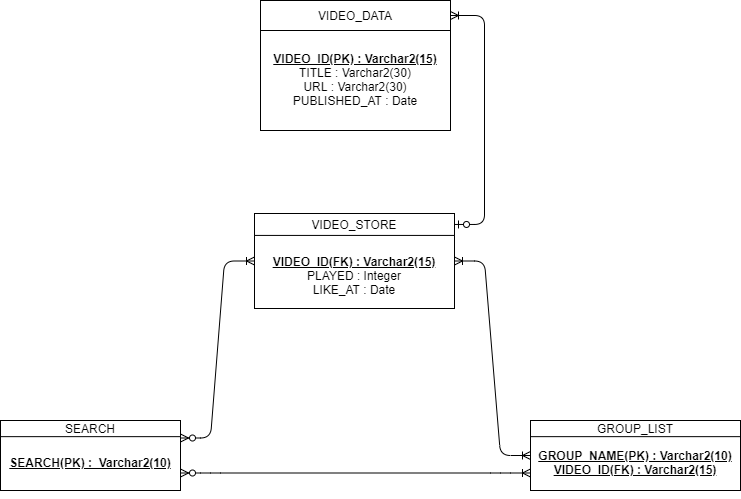
This is ER.png from korkeep/MyTube, a draw.io export, as it was before one commit. Source tidied: cells renumbered, new cells last; positions are measured from the earlier drawing's top-left corner, leaving out a move shared by most shapes.
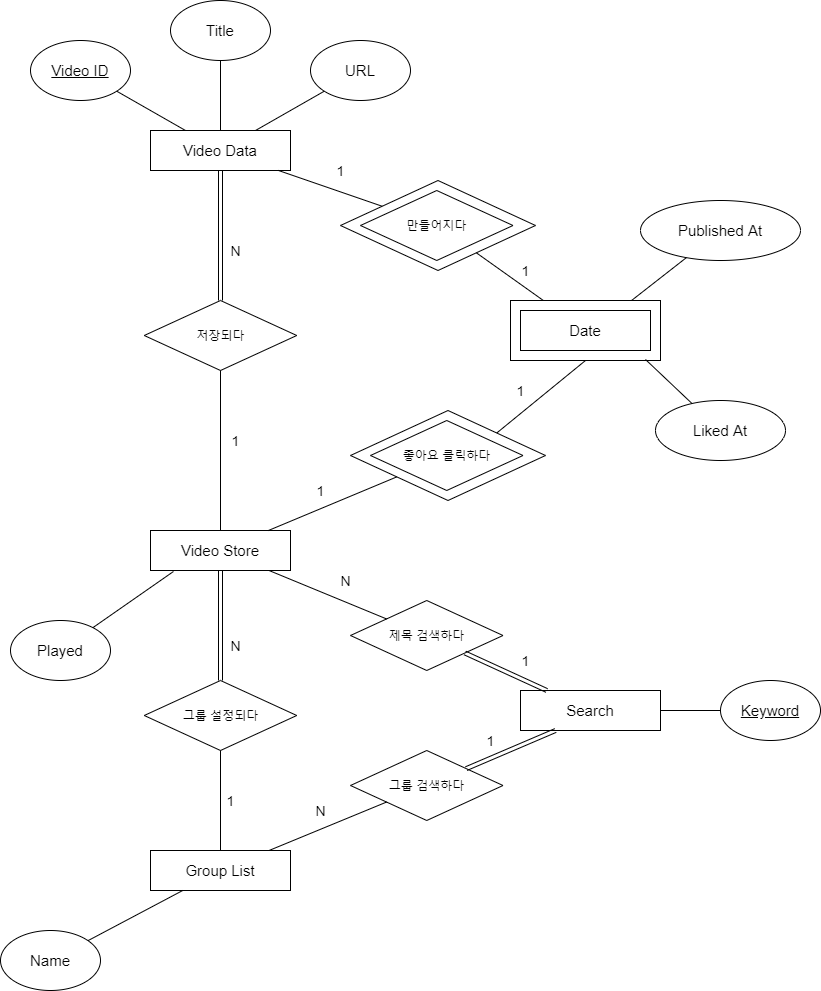
The same file after the commit.

Diff of the diagram source:
```diff
@@ -1,78 +1,168 @@
 <mxGraphModel>
   <root>
-    <mxCell id="0" />
-    <mxCell id="1" parent="0" />
-    <mxCell id="2" style="group;" parent="1" vertex="1">
-      <mxGeometry x="260" width="190" height="130" as="geometry" />
-    </mxCell>
-    <mxCell id="3" value="&lt;br&gt;&lt;br&gt;&lt;u&gt;&lt;b&gt;VIDEO_ID(PK) : Varchar2(15)&lt;/b&gt;&lt;br&gt;&lt;/u&gt;TITLE : Varchar2(30)&lt;br&gt;URL : Varchar2(30)&lt;br&gt;PUBLISHED_AT : Date" style="rounded=0;whiteSpace=wrap;html=1;" parent="2" vertex="1">
-      <mxGeometry width="190" height="130" as="geometry" />
-    </mxCell>
-    <mxCell id="4" style="edgeStyle=orthogonalEdgeStyle;rounded=0;orthogonalLoop=1;jettySize=auto;html=1;exitX=0.5;exitY=1;exitDx=0;exitDy=0;" parent="2" edge="1" source="3" target="3">
-      <mxGeometry relative="1" as="geometry" />
-    </mxCell>
-    <mxCell id="5" value="VIDEO_DATA" style="rounded=0;whiteSpace=wrap;html=1;" parent="2" vertex="1">
-      <mxGeometry width="190" height="30" as="geometry" />
-    </mxCell>
-    <mxCell id="6" style="edgeStyle=orthogonalEdgeStyle;rounded=0;orthogonalLoop=1;jettySize=auto;html=1;exitX=0.5;exitY=1;exitDx=0;exitDy=0;" parent="2" edge="1" source="3" target="3">
-      <mxGeometry relative="1" as="geometry" />
-    </mxCell>
-    <mxCell id="7" style="group;" parent="1" vertex="1">
-      <mxGeometry x="254" y="213" width="200" height="95" as="geometry" />
-    </mxCell>
-    <mxCell id="8" value="&lt;br&gt;&lt;br&gt;&lt;b&gt;&lt;u&gt;VIDEO_ID(FK) : Varchar2(15)&lt;/u&gt;&lt;/b&gt;&lt;br&gt;PLAYED : Integer&lt;br&gt;LIKE_AT : Date" style="rounded=0;whiteSpace=wrap;html=1;" parent="7" vertex="1">
-      <mxGeometry width="200" height="95" as="geometry" />
-    </mxCell>
-    <mxCell id="9" style="edgeStyle=orthogonalEdgeStyle;rounded=0;orthogonalLoop=1;jettySize=auto;html=1;exitX=0.5;exitY=1;exitDx=0;exitDy=0;" parent="7" edge="1" source="8" target="8">
-      <mxGeometry relative="1" as="geometry" />
-    </mxCell>
-    <mxCell id="10" style="edgeStyle=orthogonalEdgeStyle;rounded=0;orthogonalLoop=1;jettySize=auto;html=1;exitX=0.5;exitY=1;exitDx=0;exitDy=0;" parent="7" edge="1" source="8" target="8">
-      <mxGeometry relative="1" as="geometry" />
-    </mxCell>
-    <mxCell id="11" value="VIDEO_STORE" style="rounded=0;whiteSpace=wrap;html=1;" parent="7" vertex="1">
-      <mxGeometry width="200" height="21.9" as="geometry" />
-    </mxCell>
-    <mxCell id="12" style="group;" parent="1" vertex="1">
-      <mxGeometry x="530" y="420" width="210" height="70" as="geometry" />
-    </mxCell>
-    <mxCell id="13" value="&lt;br&gt;&lt;u&gt;&lt;b&gt;GROUP_NAME(PK) : Varchar2(10)&lt;br&gt;&lt;/b&gt;&lt;/u&gt;&lt;u style=&quot;font-weight: bold&quot;&gt;VIDEO_ID(FK) : Varchar2(15)&lt;/u&gt;" style="rounded=0;whiteSpace=wrap;html=1;" parent="12" vertex="1">
-      <mxGeometry width="210" height="70" as="geometry" />
-    </mxCell>
-    <mxCell id="14" style="edgeStyle=orthogonalEdgeStyle;rounded=0;orthogonalLoop=1;jettySize=auto;html=1;exitX=0.5;exitY=1;exitDx=0;exitDy=0;" parent="12" edge="1" source="13" target="13">
-      <mxGeometry relative="1" as="geometry" />
-    </mxCell>
-    <mxCell id="15" value="GROUP_LIST" style="rounded=0;whiteSpace=wrap;html=1;" parent="12" vertex="1">
-      <mxGeometry width="210" height="16.1" as="geometry" />
-    </mxCell>
-    <mxCell id="16" style="edgeStyle=orthogonalEdgeStyle;rounded=0;orthogonalLoop=1;jettySize=auto;html=1;exitX=0.5;exitY=1;exitDx=0;exitDy=0;" parent="12" edge="1" source="13" target="13">
-      <mxGeometry relative="1" as="geometry" />
-    </mxCell>
-    <mxCell id="17" style="group;" parent="1" vertex="1">
-      <mxGeometry y="420" width="180" height="70" as="geometry" />
-    </mxCell>
-    <mxCell id="18" value="&lt;b&gt;&lt;br&gt;&lt;u&gt;SEARCH(PK) :&amp;nbsp; Varchar2(10)&lt;/u&gt;&lt;/b&gt;" style="rounded=0;whiteSpace=wrap;html=1;" parent="17" vertex="1">
-      <mxGeometry width="180" height="70" as="geometry" />
-    </mxCell>
-    <mxCell id="19" style="edgeStyle=orthogonalEdgeStyle;rounded=0;orthogonalLoop=1;jettySize=auto;html=1;exitX=0.5;exitY=1;exitDx=0;exitDy=0;" parent="17" edge="1" source="18" target="18">
-      <mxGeometry relative="1" as="geometry" />
-    </mxCell>
-    <mxCell id="20" value="SEARCH" style="rounded=0;whiteSpace=wrap;html=1;" parent="17" vertex="1">
-      <mxGeometry width="180" height="16.1" as="geometry" />
-    </mxCell>
-    <mxCell id="21" style="edgeStyle=orthogonalEdgeStyle;rounded=0;orthogonalLoop=1;jettySize=auto;html=1;exitX=0.5;exitY=1;exitDx=0;exitDy=0;" parent="17" edge="1" source="18" target="18">
-      <mxGeometry relative="1" as="geometry" />
-    </mxCell>
-    <mxCell id="22" style="edgeStyle=entityRelationEdgeStyle;fontSize=12;html=1;endArrow=ERoneToMany;startArrow=ERzeroToOne;" parent="1" edge="1" source="11" target="5">
-      <mxGeometry relative="1" as="geometry" />
-    </mxCell>
-    <mxCell id="23" style="edgeStyle=entityRelationEdgeStyle;fontSize=12;html=1;endArrow=ERoneToMany;startArrow=ERzeroToMany;exitX=1;exitY=0.25;exitDx=0;exitDy=0;" parent="1" edge="1" source="18" target="8">
-      <mxGeometry relative="1" as="geometry" />
-    </mxCell>
-    <mxCell id="24" style="edgeStyle=entityRelationEdgeStyle;fontSize=12;html=1;endArrow=ERoneToMany;startArrow=ERzeroToMany;exitX=1;exitY=0.75;exitDx=0;exitDy=0;entryX=0;entryY=0.75;entryDx=0;entryDy=0;" parent="1" edge="1" source="18" target="13">
-      <mxGeometry relative="1" as="geometry" />
-    </mxCell>
-    <mxCell id="25" style="edgeStyle=entityRelationEdgeStyle;fontSize=12;html=1;endArrow=ERoneToMany;startArrow=ERoneToMany;" parent="1" edge="1" source="13" target="8">
-      <mxGeometry relative="1" as="geometry" />
-    </mxCell>
+    <mxCell id="26" />
+    <mxCell id="27" parent="26" />
+    <mxCell id="28" value="gㅎ" style="rhombus;whiteSpace=wrap;html=1;" parent="27" vertex="1">
+      <mxGeometry x="370" y="220" width="195" height="90" as="geometry" />
+    </mxCell>
+    <mxCell id="29" value="g" style="rounded=0;whiteSpace=wrap;html=1;" parent="27" vertex="1">
+      <mxGeometry x="540" y="340" width="150" height="60" as="geometry" />
+    </mxCell>
+    <mxCell id="30" value="&lt;font style=&quot;font-size: 15px&quot;&gt;Video Data&lt;/font&gt;" style="rounded=0;whiteSpace=wrap;html=1;" parent="27" vertex="1">
+      <mxGeometry x="180" y="170" width="140" height="40" as="geometry" />
+    </mxCell>
+    <mxCell id="31" value="&lt;u&gt;&lt;font style=&quot;font-size: 15px&quot;&gt;Video ID&lt;/font&gt;&lt;/u&gt;" style="ellipse;whiteSpace=wrap;html=1;" parent="27" vertex="1">
+      <mxGeometry x="60" y="80" width="100" height="60" as="geometry" />
+    </mxCell>
+    <mxCell id="32" value="&lt;span style=&quot;font-size: 15px&quot;&gt;Title&lt;/span&gt;" style="ellipse;whiteSpace=wrap;html=1;" parent="27" vertex="1">
+      <mxGeometry x="200" y="40" width="100" height="60" as="geometry" />
+    </mxCell>
+    <mxCell id="33" value="&lt;span style=&quot;font-size: 15px&quot;&gt;URL&lt;/span&gt;" style="ellipse;whiteSpace=wrap;html=1;" parent="27" vertex="1">
+      <mxGeometry x="340" y="80" width="100" height="60" as="geometry" />
+    </mxCell>
+    <mxCell id="34" value="&lt;span style=&quot;font-size: 15px&quot;&gt;Date&lt;/span&gt;" style="rounded=0;whiteSpace=wrap;html=1;" parent="27" vertex="1">
+      <mxGeometry x="550" y="350" width="130" height="40" as="geometry" />
+    </mxCell>
+    <mxCell id="35" value="만들어지다" style="rhombus;whiteSpace=wrap;html=1;" parent="27" vertex="1">
+      <mxGeometry x="390" y="230" width="152.5" height="70" as="geometry" />
+    </mxCell>
+    <mxCell id="36" value="&lt;span style=&quot;font-size: 15px&quot;&gt;Published At&lt;/span&gt;" style="ellipse;whiteSpace=wrap;html=1;" parent="27" vertex="1">
+      <mxGeometry x="670" y="240" width="160" height="60" as="geometry" />
+    </mxCell>
+    <mxCell id="37" value="&lt;span style=&quot;font-size: 15px&quot;&gt;Liked At&lt;/span&gt;" style="ellipse;whiteSpace=wrap;html=1;" parent="27" vertex="1">
+      <mxGeometry x="685" y="440" width="130" height="60" as="geometry" />
+    </mxCell>
+    <mxCell id="38" value="g" style="rhombus;whiteSpace=wrap;html=1;" parent="27" vertex="1">
+      <mxGeometry x="380" y="450" width="195" height="90" as="geometry" />
+    </mxCell>
+    <mxCell id="39" value="좋아요 클릭하다" style="rhombus;whiteSpace=wrap;html=1;" parent="27" vertex="1">
+      <mxGeometry x="400" y="460" width="152.5" height="70" as="geometry" />
+    </mxCell>
+    <mxCell id="40" value="&lt;font style=&quot;font-size: 15px&quot;&gt;Video Store&lt;/font&gt;" style="rounded=0;whiteSpace=wrap;html=1;" parent="27" vertex="1">
+      <mxGeometry x="180" y="570" width="140" height="40" as="geometry" />
+    </mxCell>
+    <mxCell id="41" value="&lt;span style=&quot;font-size: 15px&quot;&gt;Played&lt;/span&gt;" style="ellipse;whiteSpace=wrap;html=1;" parent="27" vertex="1">
+      <mxGeometry x="40" y="660" width="100" height="60" as="geometry" />
+    </mxCell>
+    <mxCell id="42" value="제목 검색하다" style="rhombus;whiteSpace=wrap;html=1;" parent="27" vertex="1">
+      <mxGeometry x="380" y="640" width="152.5" height="70" as="geometry" />
+    </mxCell>
+    <mxCell id="43" value="그룹 검색하다" style="rhombus;whiteSpace=wrap;html=1;" parent="27" vertex="1">
+      <mxGeometry x="380" y="790" width="152.5" height="70" as="geometry" />
+    </mxCell>
+    <mxCell id="44" value="&lt;span style=&quot;font-size: 15px&quot;&gt;Search&lt;/span&gt;" style="rounded=0;whiteSpace=wrap;html=1;" parent="27" vertex="1">
+      <mxGeometry x="550" y="730" width="140" height="40" as="geometry" />
+    </mxCell>
+    <mxCell id="45" value="&lt;span style=&quot;font-size: 15px&quot;&gt;&lt;u&gt;Keyword&lt;/u&gt;&lt;/span&gt;" style="ellipse;whiteSpace=wrap;html=1;" parent="27" vertex="1">
+      <mxGeometry x="750" y="720" width="100" height="60" as="geometry" />
+    </mxCell>
+    <mxCell id="46" value="&lt;span style=&quot;font-size: 15px&quot;&gt;Group List&lt;/span&gt;" style="rounded=0;whiteSpace=wrap;html=1;" parent="27" vertex="1">
+      <mxGeometry x="180" y="890" width="140" height="40" as="geometry" />
+    </mxCell>
+    <mxCell id="47" value="&lt;span style=&quot;font-size: 15px&quot;&gt;Name&lt;/span&gt;" style="ellipse;whiteSpace=wrap;html=1;" parent="27" vertex="1">
+      <mxGeometry x="30" y="970" width="100" height="60" as="geometry" />
+    </mxCell>
+    <mxCell id="48" style="endArrow=none;html=1;" parent="27" edge="1" source="30" target="33">
+      <mxGeometry relative="1" as="geometry" />
+    </mxCell>
+    <mxCell id="49" style="endArrow=none;html=1;" parent="27" edge="1" source="30" target="31">
+      <mxGeometry relative="1" as="geometry" />
+    </mxCell>
+    <mxCell id="50" style="endArrow=none;html=1;" parent="27" edge="1" source="30" target="32">
+      <mxGeometry relative="1" as="geometry" />
+    </mxCell>
+    <mxCell id="51" style="endArrow=none;html=1;" parent="27" edge="1" source="28" target="30">
+      <mxGeometry relative="1" as="geometry" />
+    </mxCell>
+    <mxCell id="52" style="endArrow=none;html=1;" parent="27" edge="1" source="29" target="28">
+      <mxGeometry relative="1" as="geometry" />
+    </mxCell>
+    <mxCell id="53" style="endArrow=none;html=1;exitX=0.807;exitY=0;exitDx=0;exitDy=0;exitPerimeter=0;" parent="27" edge="1" source="29" target="36">
+      <mxGeometry relative="1" as="geometry" />
+    </mxCell>
+    <mxCell id="54" style="endArrow=none;html=1;exitX=0.5;exitY=1;exitDx=0;exitDy=0;entryX=1;entryY=0;entryDx=0;entryDy=0;" parent="27" edge="1" source="29" target="38">
+      <mxGeometry relative="1" as="geometry" />
+    </mxCell>
+    <mxCell id="55" style="endArrow=none;html=1;exitX=0.9;exitY=0.983;exitDx=0;exitDy=0;exitPerimeter=0;" parent="27" edge="1" source="29" target="37">
+      <mxGeometry relative="1" as="geometry" />
+    </mxCell>
+    <mxCell id="56" style="endArrow=none;html=1;" parent="27" edge="1" source="40" target="38">
+      <mxGeometry relative="1" as="geometry" />
+    </mxCell>
+    <mxCell id="57" style="endArrow=none;html=1;exitX=0.164;exitY=1.025;exitDx=0;exitDy=0;exitPerimeter=0;" parent="27" edge="1" source="40" target="41">
+      <mxGeometry relative="1" as="geometry" />
+    </mxCell>
+    <mxCell id="58" style="endArrow=none;html=1;" parent="27" edge="1" source="46" target="47">
+      <mxGeometry relative="1" as="geometry" />
+    </mxCell>
+    <mxCell id="59" style="endArrow=none;html=1;" parent="27" edge="1" source="46" target="43">
+      <mxGeometry relative="1" as="geometry" />
+    </mxCell>
+    <mxCell id="60" style="endArrow=none;html=1;" parent="27" edge="1" source="42" target="40">
+      <mxGeometry relative="1" as="geometry" />
+    </mxCell>
+    <mxCell id="61" style="endArrow=none;html=1;" parent="27" edge="1" source="45" target="44">
+      <mxGeometry relative="1" as="geometry" />
+    </mxCell>
+    <mxCell id="62" style="shape=link;html=1;" parent="27" edge="1" source="44" target="42">
+      <mxGeometry relative="1" as="geometry" />
+    </mxCell>
+    <mxCell id="63" style="shape=link;html=1;exitX=0.25;exitY=1;exitDx=0;exitDy=0;" parent="27" edge="1" source="44" target="43">
+      <mxGeometry relative="1" as="geometry" />
+    </mxCell>
+    <mxCell id="64" value="저장되다" style="rhombus;whiteSpace=wrap;html=1;" parent="27" vertex="1">
+      <mxGeometry x="173.8" y="340" width="152.5" height="70" as="geometry" />
+    </mxCell>
+    <mxCell id="65" style="shape=link;html=1;" parent="27" edge="1" source="30" target="64">
+      <mxGeometry relative="1" as="geometry" />
+    </mxCell>
+    <mxCell id="66" style="endArrow=none;html=1;" parent="27" edge="1" source="40" target="64">
+      <mxGeometry relative="1" as="geometry" />
+    </mxCell>
+    <mxCell id="67" value="그룹 설정되다" style="rhombus;whiteSpace=wrap;html=1;" parent="27" vertex="1">
+      <mxGeometry x="173.8" y="720" width="152.5" height="70" as="geometry" />
+    </mxCell>
+    <mxCell id="68" style="shape=link;html=1;" parent="27" edge="1" source="40" target="67">
+      <mxGeometry relative="1" as="geometry" />
+    </mxCell>
+    <mxCell id="69" style="endArrow=none;html=1;" parent="27" edge="1" source="46" target="67">
+      <mxGeometry relative="1" as="geometry" />
+    </mxCell>
+    <mxCell id="70" value="&lt;span style=&quot;font-size: 14px&quot;&gt;N&lt;/span&gt;" style="text;html=1;align=center;verticalAlign=middle;fillColor=none;strokeColor=none;rounded=0;" parent="27" vertex="1">
+      <mxGeometry x="250" y="280" width="30" height="20" as="geometry" />
+    </mxCell>
+    <mxCell id="71" value="&lt;span style=&quot;font-size: 14px&quot;&gt;1&lt;/span&gt;" style="text;html=1;align=center;verticalAlign=middle;fillColor=none;strokeColor=none;rounded=0;" parent="27" vertex="1">
+      <mxGeometry x="255" y="470" width="20" height="20" as="geometry" />
+    </mxCell>
+    <mxCell id="72" value="&lt;span style=&quot;font-size: 14px&quot;&gt;1&lt;/span&gt;" style="text;html=1;align=center;verticalAlign=middle;fillColor=none;strokeColor=none;rounded=0;" parent="27" vertex="1">
+      <mxGeometry x="360" y="200" width="20" height="20" as="geometry" />
+    </mxCell>
+    <mxCell id="73" value="&lt;span style=&quot;font-size: 14px&quot;&gt;1&lt;/span&gt;" style="text;html=1;align=center;verticalAlign=middle;fillColor=none;strokeColor=none;rounded=0;" parent="27" vertex="1">
+      <mxGeometry x="545" y="300" width="20" height="20" as="geometry" />
+    </mxCell>
+    <mxCell id="74" value="&lt;span style=&quot;font-size: 14px&quot;&gt;1&lt;/span&gt;" style="text;html=1;align=center;verticalAlign=middle;fillColor=none;strokeColor=none;rounded=0;" parent="27" vertex="1">
+      <mxGeometry x="540" y="420" width="20" height="20" as="geometry" />
+    </mxCell>
+    <mxCell id="75" value="&lt;span style=&quot;font-size: 14px&quot;&gt;1&lt;/span&gt;" style="text;html=1;align=center;verticalAlign=middle;fillColor=none;strokeColor=none;rounded=0;" parent="27" vertex="1">
+      <mxGeometry x="340" y="520" width="20" height="20" as="geometry" />
+    </mxCell>
+    <mxCell id="76" value="&lt;span style=&quot;font-size: 14px&quot;&gt;1&lt;/span&gt;" style="text;html=1;align=center;verticalAlign=middle;fillColor=none;strokeColor=none;rounded=0;" parent="27" vertex="1">
+      <mxGeometry x="545" y="690" width="20" height="20" as="geometry" />
+    </mxCell>
+    <mxCell id="77" value="&lt;span style=&quot;font-size: 14px&quot;&gt;N&lt;/span&gt;" style="text;html=1;align=center;verticalAlign=middle;fillColor=none;strokeColor=none;rounded=0;" parent="27" vertex="1">
+      <mxGeometry x="360" y="610" width="30" height="20" as="geometry" />
+    </mxCell>
+    <mxCell id="78" value="&lt;span style=&quot;font-size: 14px&quot;&gt;N&lt;/span&gt;" style="text;html=1;align=center;verticalAlign=middle;fillColor=none;strokeColor=none;rounded=0;" parent="27" vertex="1">
+      <mxGeometry x="335" y="840" width="30" height="20" as="geometry" />
+    </mxCell>
+    <mxCell id="79" value="&lt;span style=&quot;font-size: 14px&quot;&gt;1&lt;/span&gt;" style="text;html=1;align=center;verticalAlign=middle;fillColor=none;strokeColor=none;rounded=0;" parent="27" vertex="1">
+      <mxGeometry x="510" y="770" width="20" height="20" as="geometry" />
+    </mxCell>
+    <mxCell id="80" value="&lt;span style=&quot;font-size: 14px&quot;&gt;N&lt;/span&gt;" style="text;html=1;align=center;verticalAlign=middle;fillColor=none;strokeColor=none;rounded=0;" parent="27" vertex="1">
+      <mxGeometry x="250" y="675" width="30" height="20" as="geometry" />
+    </mxCell>
+    <mxCell id="81" value="&lt;span style=&quot;font-size: 14px&quot;&gt;1&lt;/span&gt;" style="text;html=1;align=center;verticalAlign=middle;fillColor=none;strokeColor=none;rounded=0;" parent="27" vertex="1">
+      <mxGeometry x="250" y="830" width="20" height="20" as="geometry" />
+    </mxCell>
   </root>
 </mxGraphModel>
```
